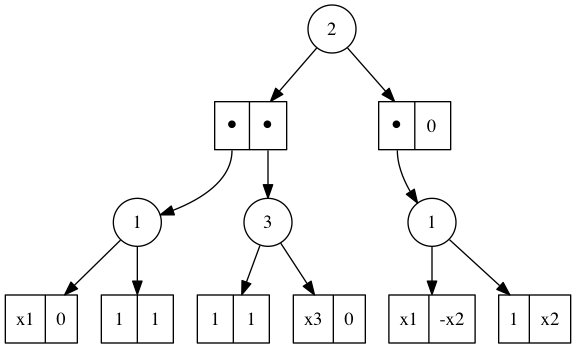
fangbq/SFDD keeps this Graphviz diagram as dotG/test2/f=x1⊕-x1.dot.png. Above is the earlier version. Its source is kept beside it as dotG/test2/f=x1⊕-x1.dot.
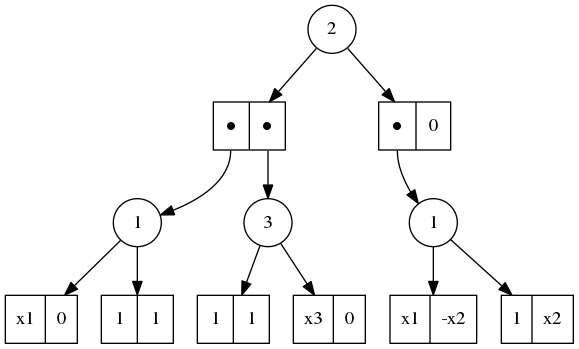
The same diagram one commit later.

The edit, as a diff of the source:
```diff
@@ -1,25 +1,25 @@
 digraph G {
 	Dec_0_1 [shape=circle, label="2"]
-	Dec_0_1 -> Ele_1_12
-	Ele_1_12 [shape=record,label="<f0> ●|<f1> ●"]
-	Ele_1_12:f0 -> Dec_2_18
-	Dec_2_18 [shape=circle, label="1"]
-	Dec_2_18 -> Ele_3_33
-	Ele_3_33 [shape=record,label="<f0> x1|<f1> 0"]
-	Dec_2_18 -> Ele_3_34
-	Ele_3_34 [shape=record,label="<f0> 1|<f1> 1"]
-	Ele_1_12:f1 -> Dec_2_19
-	Dec_2_19 [shape=circle, label="3"]
-	Dec_2_19 -> Ele_3_35
-	Ele_3_35 [shape=record,label="<f0> 1|<f1> 1"]
-	Dec_2_19 -> Ele_3_36
-	Ele_3_36 [shape=record,label="<f0> x3|<f1> 0"]
-	Dec_0_1 -> Ele_1_13
-	Ele_1_13 [shape=record,label="<f0> ●|<f1> 0"]
-	Ele_1_13:f0 -> Dec_2_20
-	Dec_2_20 [shape=circle, label="1"]
-	Dec_2_20 -> Ele_3_37
-	Ele_3_37 [shape=record,label="<f0> x1|<f1> -x2"]
-	Dec_2_20 -> Ele_3_38
-	Ele_3_38 [shape=record,label="<f0> 1|<f1> x2"]
+	Dec_0_1 -> Ele_1_15
+	Ele_1_15 [shape=record,label="<f0> ●|<f1> ●"]
+	Ele_1_15:f0 -> Dec_2_22
+	Dec_2_22 [shape=circle, label="1"]
+	Dec_2_22 -> Ele_3_39
+	Ele_3_39 [shape=record,label="<f0> x1|<f1> 0"]
+	Dec_2_22 -> Ele_3_40
+	Ele_3_40 [shape=record,label="<f0> 1|<f1> 1"]
+	Ele_1_15:f1 -> Dec_2_23
+	Dec_2_23 [shape=circle, label="3"]
+	Dec_2_23 -> Ele_3_41
+	Ele_3_41 [shape=record,label="<f0> 1|<f1> 1"]
+	Dec_2_23 -> Ele_3_42
+	Ele_3_42 [shape=record,label="<f0> x3|<f1> 0"]
+	Dec_0_1 -> Ele_1_16
+	Ele_1_16 [shape=record,label="<f0> ●|<f1> 0"]
+	Ele_1_16:f0 -> Dec_2_24
+	Dec_2_24 [shape=circle, label="1"]
+	Dec_2_24 -> Ele_3_43
+	Ele_3_43 [shape=record,label="<f0> x1|<f1> -x2"]
+	Dec_2_24 -> Ele_3_44
+	Ele_3_44 [shape=record,label="<f0> 1|<f1> x2"]
 }
```
